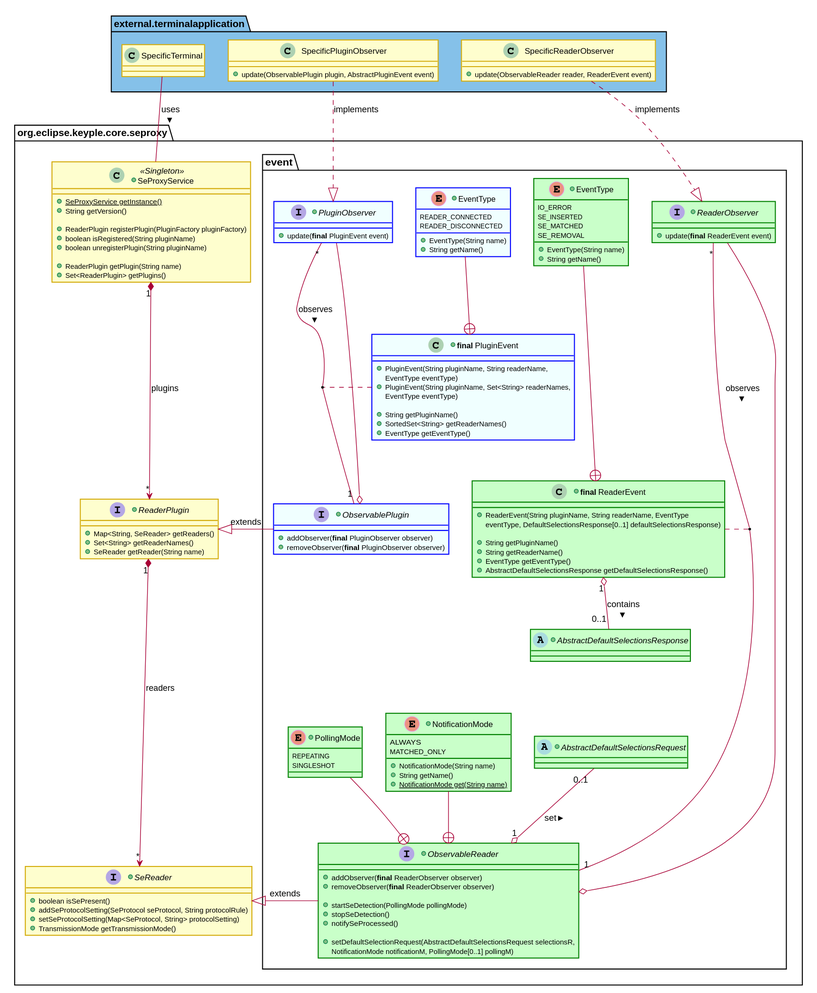
Above: docs/KeypleCoreApi/ApplicationApi/img/KeypleCore_ApplicationApi_ClassDiag_SE_Proxy_ObservablePluginAndReaderEvents_0_9_0.svg in calypsonet/keyple (PlantUML), before the change.
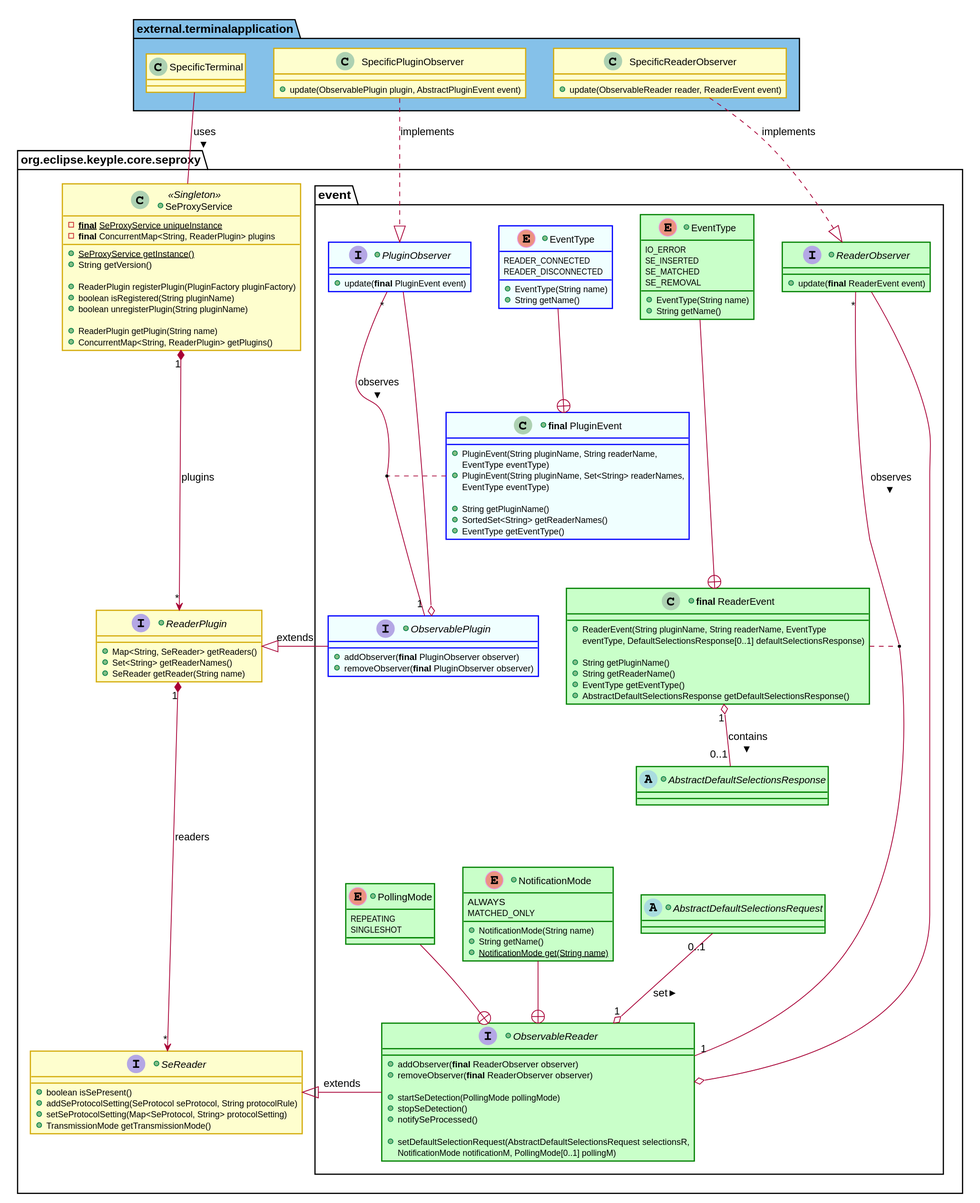
Later version of the same file.

Diff of the diagram source:
```diff
@@ -21,6 +21,11 @@
 skinparam ClassBackgroundColor<<green>> #EAFAF1
 skinparam ClassBorderColor<<green>> #2ECC71
 hide <<green>> stereotype
+
+skinparam ClassBackgroundColor<<orange>> #FDF2E9
+skinparam ClassBorderColor<<orange>> #E67E22
+hide <<orange>> stereotype
+
 skinparam ClassBackgroundColor<<grey>> #EAECEE
 skinparam ClassBorderColor<<grey>> #2C3E50
 hide <<grey>> stereotype
@@ -175,6 +180,8 @@
   BorderColor<<Reader>> Green
 }
 +class "<b>final</b> SeProxyService" as SeProxyService << Singleton >> {
+  -<b>final</b> {static}SeProxyService uniqueInstance
+  -<b>final</b> ConcurrentMap<String, ReaderPlugin> plugins
   +{static}SeProxyService getInstance()
   +String getVersion()
 
@@ -183,7 +190,7 @@
   +boolean unregisterPlugin(String pluginName)
 
   +ReaderPlugin getPlugin(String name)
-  +Set<ReaderPlugin> getPlugins()
+  +ConcurrentMap<String, ReaderPlugin> getPlugins()
 }
 +interface ReaderPlugin {
   +Map<String, SeReader> getReaders()
```
